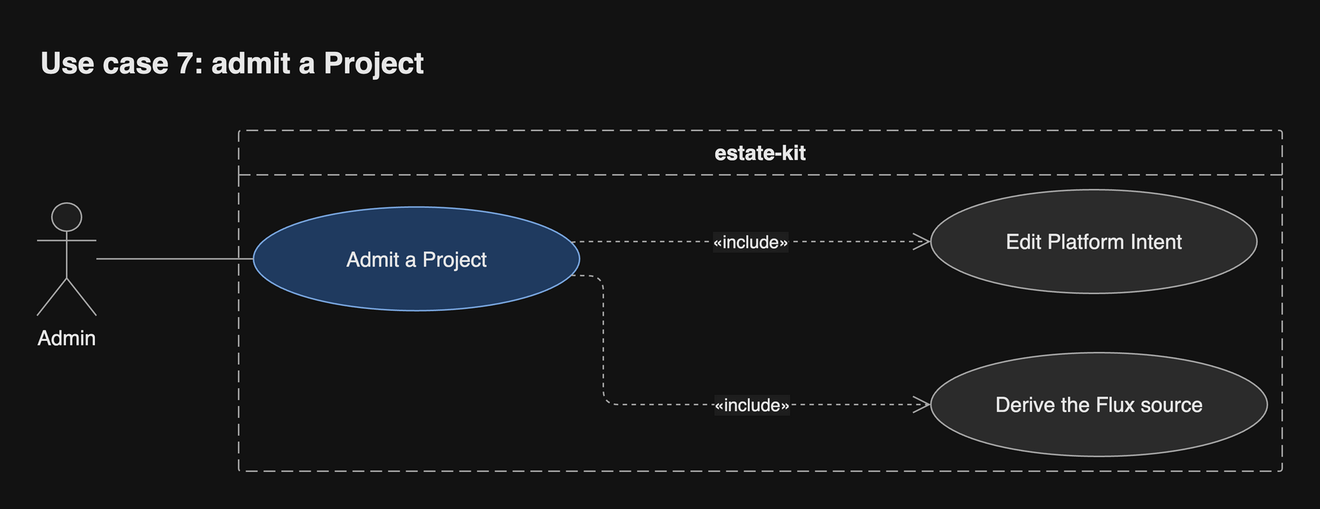
Above: docs/diagrams/png/uc7-admit.png in JorisJonkers-dev/estate-kit (draw.io), before the change. Source tidied: cells renumbered, new cells last; positions are measured from the earlier drawing's top-left corner, leaving out a move shared by most shapes. Its diagram source:
```xml
<mxGraphModel>
  <root>
    <mxCell id="0" />
    <mxCell id="1" parent="0" />
    <mxCell id="2" value="estate-kit" style="swimlane;startSize=30;rounded=1;arcSize=4;absoluteArcSize=1;dashed=1;dashPattern=8 4;html=1;whiteSpace=wrap;fontSize=14;fontColor=light-dark(#1a1a1a,#e8e8e8);fontStyle=1;fillColor=none;swimlaneFillColor=none;strokeColor=light-dark(#666666,#a8a8a8);fontFamily=Helvetica;" parent="1" vertex="1">
      <mxGeometry x="136" y="64" width="704" height="230" as="geometry" />
    </mxCell>
    <mxCell id="3" value="Admit a Project" style="ellipse;html=1;whiteSpace=wrap;fontSize=14;fontColor=light-dark(#1a1a1a,#e8e8e8);fillColor=light-dark(#dae8fc,#1f3a5f);strokeColor=light-dark(#6c8ebf,#7aa7e0);fontFamily=Helvetica;" parent="2" vertex="1">
      <mxGeometry x="10" y="51.7" width="220" height="70" as="geometry" />
    </mxCell>
    <mxCell id="4" value="Edit Platform Intent" style="ellipse;html=1;whiteSpace=wrap;fontSize=14;fontColor=light-dark(#1a1a1a,#e8e8e8);fillColor=light-dark(#f5f5f5,#2b2b2b);strokeColor=light-dark(#666666,#a8a8a8);fontFamily=Helvetica;" parent="2" vertex="1">
      <mxGeometry x="467" y="40" width="220" height="70" as="geometry" />
    </mxCell>
    <mxCell id="5" value="Derive the Flux source" style="ellipse;html=1;whiteSpace=wrap;fontSize=14;fontColor=light-dark(#1a1a1a,#e8e8e8);fillColor=light-dark(#f5f5f5,#2b2b2b);strokeColor=light-dark(#666666,#a8a8a8);fontFamily=Helvetica;" parent="2" vertex="1">
      <mxGeometry x="467" y="150" width="227" height="70" as="geometry" />
    </mxCell>
    <mxCell id="6" value="«include»" style="html=1;rounded=1;fontSize=14;fontSize=12;fontColor=light-dark(#1a1a1a,#e8e8e8);strokeColor=light-dark(#666666,#a8a8a8);endArrow=open;endSize=10;dashed=1;noEdgeStyle=1;orthogonal=1;curved=0;exitX=0.9714;exitY=0.3333;entryX=0;entryY=0.5;fontFamily=Helvetica;labelBackgroundColor=light-dark(#ffffff,#1e1e1e);" parent="2" edge="1" source="3" target="4">
      <mxGeometry relative="1" as="geometry">
        <Array as="points">
          <mxPoint x="230" y="75" />
        </Array>
      </mxGeometry>
    </mxCell>
    <mxCell id="7" value="«include»" style="html=1;rounded=1;fontSize=14;fontSize=12;fontColor=light-dark(#1a1a1a,#e8e8e8);strokeColor=light-dark(#666666,#a8a8a8);endArrow=open;endSize=10;dashed=1;noEdgeStyle=1;orthogonal=1;curved=0;exitX=0.9715;exitY=0.6666;entryX=0;entryY=0.5;fontFamily=Helvetica;labelBackgroundColor=light-dark(#ffffff,#1e1e1e);" parent="2" edge="1" source="3" target="5">
      <mxGeometry relative="1" as="geometry">
        <Array as="points">
          <mxPoint x="246" y="98.3" />
          <mxPoint x="246" y="185" />
        </Array>
        <mxPoint x="43.3" as="offset" />
      </mxGeometry>
    </mxCell>
    <mxCell id="8" value="Admin" style="shape=umlActor;verticalLabelPosition=bottom;verticalAlign=top;outlineConnect=0;html=1;whiteSpace=wrap;fontSize=14;fontColor=light-dark(#1a1a1a,#e8e8e8);fillColor=light-dark(#ffffff,#1e1e1e);strokeColor=light-dark(#666666,#a8a8a8);fontFamily=Helvetica;" parent="1" vertex="1">
      <mxGeometry y="113" width="40" height="76" as="geometry" />
    </mxCell>
    <mxCell id="9" style="html=1;rounded=1;fontSize=14;fontSize=12;fontColor=light-dark(#1a1a1a,#e8e8e8);strokeColor=light-dark(#666666,#a8a8a8);endArrow=none;curved=0;exitX=1;exitY=0.4957;entryX=0;entryY=0.5;edgeStyle=orthogonalEdgeStyle;fontFamily=Helvetica;labelBackgroundColor=light-dark(#ffffff,#1e1e1e);" parent="1" edge="1" source="8" target="3">
      <mxGeometry relative="1" as="geometry">
        <Array as="points">
          <mxPoint x="131" y="150.7" />
        </Array>
      </mxGeometry>
    </mxCell>
    <mxCell id="10" value="Use case 7: admit a Project" style="text;html=1;whiteSpace=wrap;align=left;verticalAlign=middle;fontSize=20;fontStyle=1;fontColor=light-dark(#1a1a1a,#e8e8e8);fontFamily=Helvetica;" parent="1" vertex="1">
      <mxGeometry width="840" height="36" as="geometry" />
    </mxCell>
  </root>
</mxGraphModel>
```
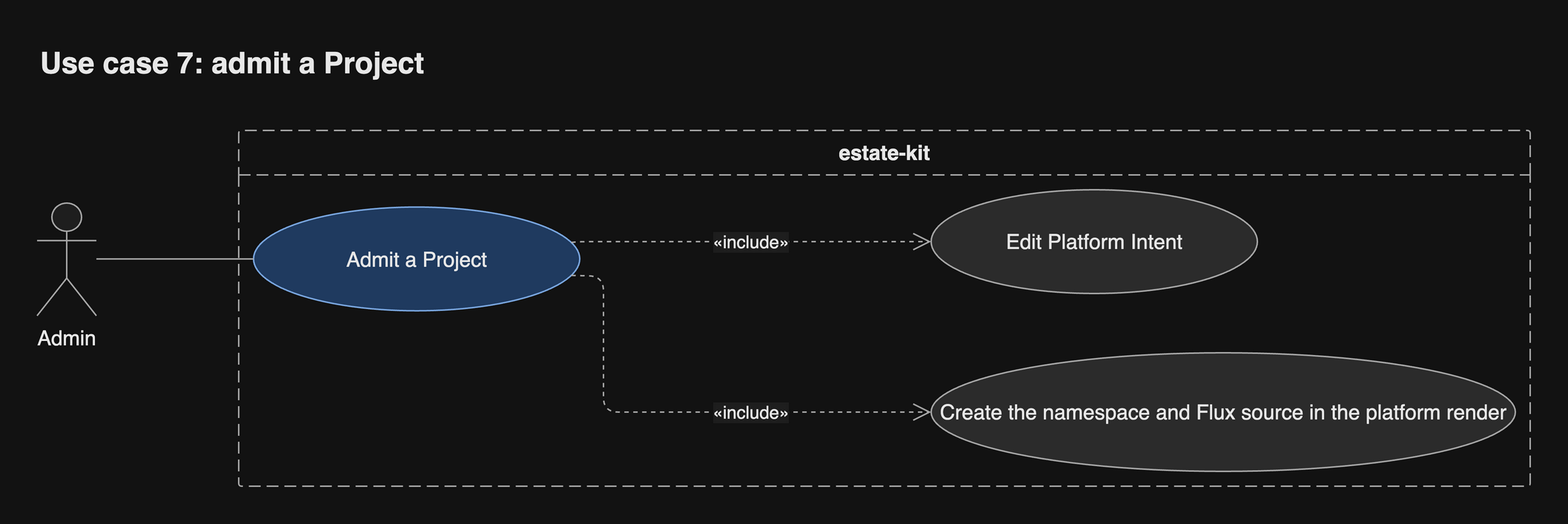
Later version of the same file.

Change to the diagram source:
```diff
@@ -3,7 +3,7 @@
     <mxCell id="0" />
     <mxCell id="1" parent="0" />
     <mxCell id="2" value="estate-kit" style="swimlane;startSize=30;rounded=1;arcSize=4;absoluteArcSize=1;dashed=1;dashPattern=8 4;html=1;whiteSpace=wrap;fontSize=14;fontColor=light-dark(#1a1a1a,#e8e8e8);fontStyle=1;fillColor=none;swimlaneFillColor=none;strokeColor=light-dark(#666666,#a8a8a8);fontFamily=Helvetica;" parent="1" vertex="1">
-      <mxGeometry x="136" y="64" width="704" height="230" as="geometry" />
+      <mxGeometry x="136" y="64" width="871" height="240" as="geometry" />
     </mxCell>
     <mxCell id="3" value="Admit a Project" style="ellipse;html=1;whiteSpace=wrap;fontSize=14;fontColor=light-dark(#1a1a1a,#e8e8e8);fillColor=light-dark(#dae8fc,#1f3a5f);strokeColor=light-dark(#6c8ebf,#7aa7e0);fontFamily=Helvetica;" parent="2" vertex="1">
       <mxGeometry x="10" y="51.7" width="220" height="70" as="geometry" />
@@ -11,8 +11,8 @@
     <mxCell id="4" value="Edit Platform Intent" style="ellipse;html=1;whiteSpace=wrap;fontSize=14;fontColor=light-dark(#1a1a1a,#e8e8e8);fillColor=light-dark(#f5f5f5,#2b2b2b);strokeColor=light-dark(#666666,#a8a8a8);fontFamily=Helvetica;" parent="2" vertex="1">
       <mxGeometry x="467" y="40" width="220" height="70" as="geometry" />
     </mxCell>
-    <mxCell id="5" value="Derive the Flux source" style="ellipse;html=1;whiteSpace=wrap;fontSize=14;fontColor=light-dark(#1a1a1a,#e8e8e8);fillColor=light-dark(#f5f5f5,#2b2b2b);strokeColor=light-dark(#666666,#a8a8a8);fontFamily=Helvetica;" parent="2" vertex="1">
-      <mxGeometry x="467" y="150" width="227" height="70" as="geometry" />
+    <mxCell id="5" value="Create the namespace and Flux source in the platform render" style="ellipse;html=1;whiteSpace=wrap;fontSize=14;fontColor=light-dark(#1a1a1a,#e8e8e8);fillColor=light-dark(#f5f5f5,#2b2b2b);strokeColor=light-dark(#666666,#a8a8a8);fontFamily=Helvetica;" parent="2" vertex="1">
+      <mxGeometry x="467" y="150" width="394" height="80" as="geometry" />
     </mxCell>
     <mxCell id="6" value="«include»" style="html=1;rounded=1;fontSize=14;fontSize=12;fontColor=light-dark(#1a1a1a,#e8e8e8);strokeColor=light-dark(#666666,#a8a8a8);endArrow=open;endSize=10;dashed=1;noEdgeStyle=1;orthogonal=1;curved=0;exitX=0.9714;exitY=0.3333;entryX=0;entryY=0.5;fontFamily=Helvetica;labelBackgroundColor=light-dark(#ffffff,#1e1e1e);" parent="2" edge="1" source="3" target="4">
       <mxGeometry relative="1" as="geometry">
@@ -25,9 +25,9 @@
       <mxGeometry relative="1" as="geometry">
         <Array as="points">
           <mxPoint x="246" y="98.3" />
-          <mxPoint x="246" y="185" />
+          <mxPoint x="246" y="190" />
         </Array>
-        <mxPoint x="43.3" as="offset" />
+        <mxPoint x="45.8" as="offset" />
       </mxGeometry>
     </mxCell>
     <mxCell id="8" value="Admin" style="shape=umlActor;verticalLabelPosition=bottom;verticalAlign=top;outlineConnect=0;html=1;whiteSpace=wrap;fontSize=14;fontColor=light-dark(#1a1a1a,#e8e8e8);fillColor=light-dark(#ffffff,#1e1e1e);strokeColor=light-dark(#666666,#a8a8a8);fontFamily=Helvetica;" parent="1" vertex="1">
@@ -41,7 +41,7 @@
       </mxGeometry>
     </mxCell>
     <mxCell id="10" value="Use case 7: admit a Project" style="text;html=1;whiteSpace=wrap;align=left;verticalAlign=middle;fontSize=20;fontStyle=1;fontColor=light-dark(#1a1a1a,#e8e8e8);fontFamily=Helvetica;" parent="1" vertex="1">
-      <mxGeometry width="840" height="36" as="geometry" />
+      <mxGeometry width="1007" height="36" as="geometry" />
     </mxCell>
   </root>
 </mxGraphModel>
```
